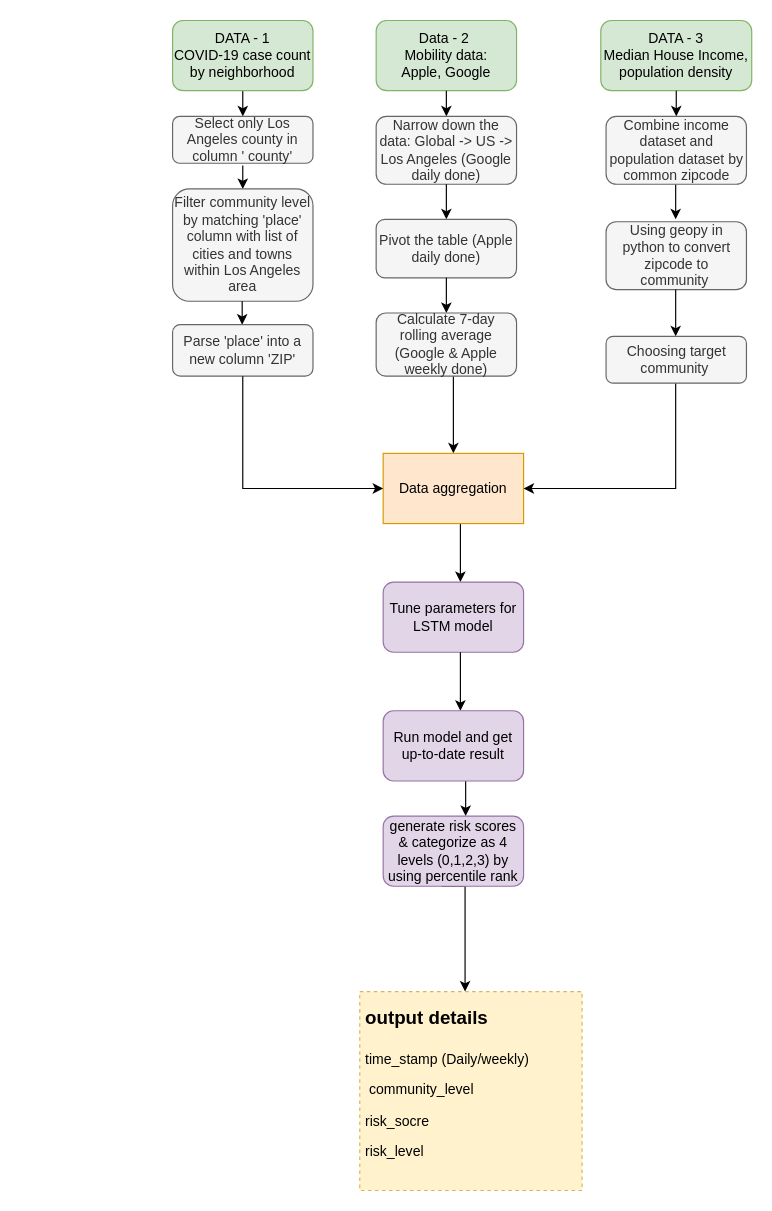
This is RMDS_Workflow.drawio from sli525/rmds-lab-team3-project, a draw.io file, before an edit. Source tidied: cells renumbered, new cells numbered last; positions are measured from the earlier drawing's top-left corner, leaving out a move shared by most shapes. Both pictures are drawn from the tidied source at 117%, with x=0, y=0 at pixel (172, 20).
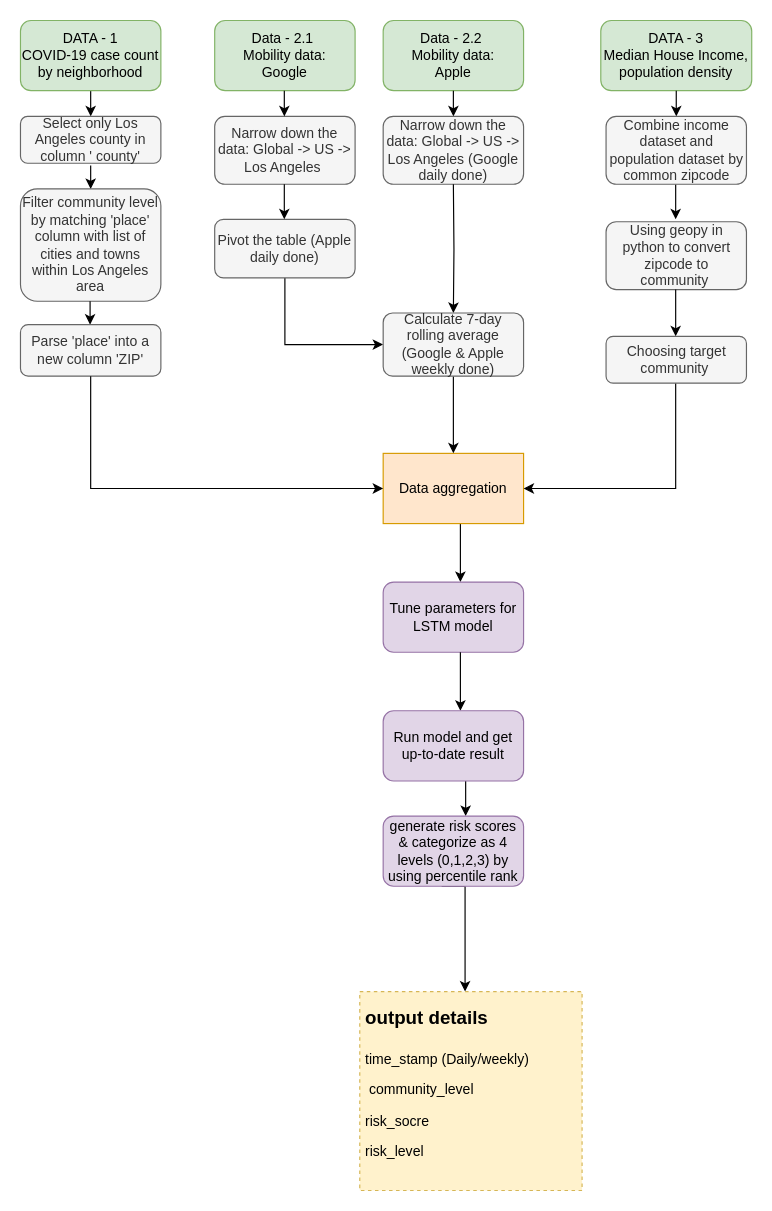
After the change.

Unchanged cells that the change refers to:
```xml
<mxCell id="8" value="Data aggregation" style="rounded=0;whiteSpace=wrap;html=1;fillColor=#ffe6cc;strokeColor=#d79b00;" parent="1" vertex="1">
  <mxGeometry x="180" y="370" width="120" height="60" as="geometry" />
</mxCell>
```

What changed in the source:
```diff
@@
-    <mxCell id="2" value="Data - 2&amp;nbsp;&lt;br&gt;Mobility data: &lt;br&gt;Apple, Google" style="rounded=1;whiteSpace=wrap;html=1;fillColor=#d5e8d4;strokeColor=#82b366;" parent="1" vertex="1">
-      <mxGeometry x="174" width="120" height="60" as="geometry" />
+    <mxCell id="2" value="Data - 2.2&amp;nbsp;&lt;br&gt;Mobility data: &lt;br&gt;Apple" style="rounded=1;whiteSpace=wrap;html=1;fillColor=#d5e8d4;strokeColor=#82b366;" parent="1" vertex="1">
+      <mxGeometry x="180" width="120" height="60" as="geometry" />
     </mxCell>
     <mxCell id="3" style="edgeStyle=orthogonalEdgeStyle;rounded=0;orthogonalLoop=1;jettySize=auto;html=1;" parent="1" edge="1">
       <mxGeometry relative="1" as="geometry">
-        <mxPoint x="60" y="42" as="sourcePoint" />
-        <mxPoint x="60" y="82" as="targetPoint" />
+        <mxPoint x="-70" y="42" as="sourcePoint" />
+        <mxPoint x="-70" y="82" as="targetPoint" />
         <Array as="points">
-          <mxPoint x="60" y="82" />
-          <mxPoint x="60" y="82" />
+          <mxPoint x="-70" y="82" />
+          <mxPoint x="-70" y="82" />
         </Array>
       </mxGeometry>
     </mxCell>
     <mxCell id="4" value="DATA - 1&lt;br&gt;COVID-19 case count by neighborhood" style="rounded=1;whiteSpace=wrap;html=1;fillColor=#d5e8d4;strokeColor=#82b366;" parent="1" vertex="1">
-      <mxGeometry width="120" height="60" as="geometry" />
+      <mxGeometry x="-130" width="120" height="60" as="geometry" />
     </mxCell>
@@
-    <mxCell id="6" style="edgeStyle=orthogonalEdgeStyle;rounded=0;jettySize=auto;html=1;" parent="1" edge="1" target="8">
-      <mxGeometry relative="1" as="geometry">
-        <mxPoint x="241" y="280" as="sourcePoint" />
-        <Array as="points">
-          <mxPoint x="240" y="280" />
-        </Array>
-      </mxGeometry>
-    </mxCell>
@@
     <mxCell id="11" value="Select only Los Angeles county in column ' county'" style="rounded=1;whiteSpace=wrap;html=1;align=center;fillColor=#f5f5f5;strokeColor=#666666;fontColor=#333333;" parent="1" vertex="1">
-      <mxGeometry y="82" width="120" height="40" as="geometry" />
+      <mxGeometry x="-130" y="82" width="120" height="40" as="geometry" />
     </mxCell>
     <mxCell id="12" style="edgeStyle=orthogonalEdgeStyle;rounded=0;orthogonalLoop=1;jettySize=auto;html=1;" parent="1" edge="1">
       <mxGeometry relative="1" as="geometry">
-        <mxPoint x="60" y="124" as="sourcePoint" />
-        <mxPoint x="60" y="144" as="targetPoint" />
+        <mxPoint x="-70" y="124" as="sourcePoint" />
+        <mxPoint x="-70" y="144" as="targetPoint" />
         <Array as="points">
-          <mxPoint x="60" y="144" />
-          <mxPoint x="60" y="144" />
+          <mxPoint x="-70" y="144" />
+          <mxPoint x="-70" y="144" />
         </Array>
       </mxGeometry>
     </mxCell>
     <mxCell id="13" value="Filter community level by matching 'place' column with list of cities and towns within Los Angeles area" style="rounded=1;whiteSpace=wrap;html=1;align=center;fillColor=#f5f5f5;strokeColor=#666666;fontColor=#333333;" parent="1" vertex="1">
-      <mxGeometry y="144" width="120" height="96" as="geometry" />
+      <mxGeometry x="-130" y="144" width="120" height="96" as="geometry" />
     </mxCell>
     <mxCell id="14" style="edgeStyle=orthogonalEdgeStyle;rounded=0;orthogonalLoop=1;jettySize=auto;html=1;" parent="1" edge="1">
       <mxGeometry relative="1" as="geometry">
-        <mxPoint x="59.5" y="240" as="sourcePoint" />
-        <mxPoint x="59.5" y="260" as="targetPoint" />
+        <mxPoint x="-70.5" y="240" as="sourcePoint" />
+        <mxPoint x="-70.5" y="260" as="targetPoint" />
         <Array as="points">
-          <mxPoint x="59.5" y="260" />
-          <mxPoint x="59.5" y="260" />
+          <mxPoint x="-70.5" y="260" />
+          <mxPoint x="-70.5" y="260" />
         </Array>
       </mxGeometry>
     </mxCell>
     <mxCell id="15" value="Parse 'place' into a new column 'ZIP'" style="rounded=1;whiteSpace=wrap;html=1;align=center;fillColor=#f5f5f5;strokeColor=#666666;fontColor=#333333;" parent="1" vertex="1">
-      <mxGeometry y="260" width="120" height="44" as="geometry" />
+      <mxGeometry x="-130" y="260" width="120" height="44" as="geometry" />
     </mxCell>
     <mxCell id="16" style="edgeStyle=orthogonalEdgeStyle;rounded=0;orthogonalLoop=1;jettySize=auto;html=1;" parent="1" edge="1">
       <mxGeometry relative="1" as="geometry">
-        <mxPoint x="234" y="60" as="sourcePoint" />
-        <mxPoint x="234" y="82" as="targetPoint" />
+        <mxPoint x="240" y="60" as="sourcePoint" />
+        <mxPoint x="240" y="82" as="targetPoint" />
         <Array as="points">
-          <mxPoint x="234" y="82" />
-          <mxPoint x="234" y="82" />
+          <mxPoint x="240" y="82" />
+          <mxPoint x="240" y="82" />
         </Array>
       </mxGeometry>
     </mxCell>
     <mxCell id="17" value="Narrow down the data: Global -&amp;gt; US -&amp;gt; Los Angeles (Google daily done)" style="rounded=1;whiteSpace=wrap;html=1;align=center;fillColor=#f5f5f5;strokeColor=#666666;fontColor=#333333;" parent="1" vertex="1">
-      <mxGeometry x="174" y="82" width="120" height="58" as="geometry" />
+      <mxGeometry x="180" y="82" width="120" height="58" as="geometry" />
     </mxCell>
-    <mxCell id="18" style="edgeStyle=orthogonalEdgeStyle;rounded=0;orthogonalLoop=1;jettySize=auto;html=1;" parent="1" edge="1">
+    <mxCell id="18" style="edgeStyle=orthogonalEdgeStyle;rounded=0;jettySize=auto;html=1;entryX=0.5;entryY=0;entryDx=0;entryDy=0;" parent="1" edge="1" target="21">
       <mxGeometry relative="1" as="geometry">
-        <mxPoint x="234" y="140" as="sourcePoint" />
-        <mxPoint x="234" y="170" as="targetPoint" />
-        <Array as="points">
-          <mxPoint x="234" y="170" />
-          <mxPoint x="234" y="170" />
-        </Array>
+        <mxPoint x="240" y="140" as="sourcePoint" />
       </mxGeometry>
     </mxCell>
+    <mxCell id="35" style="edgeStyle=orthogonalEdgeStyle;rounded=0;jettySize=auto;html=1;exitX=0.5;exitY=1;exitDx=0;exitDy=0;entryX=0;entryY=0.5;entryDx=0;entryDy=0;" parent="1" edge="1" source="19" target="21">
+      <mxGeometry relative="1" as="geometry" />
+    </mxCell>
     <mxCell id="19" value="Pivot the table (Apple daily done)" style="rounded=1;whiteSpace=wrap;html=1;align=center;fillColor=#f5f5f5;strokeColor=#666666;fontColor=#333333;" parent="1" vertex="1">
-      <mxGeometry x="174" y="170" width="120" height="50" as="geometry" />
+      <mxGeometry x="36" y="170" width="120" height="50" as="geometry" />
     </mxCell>
-    <mxCell id="20" style="edgeStyle=orthogonalEdgeStyle;rounded=0;jettySize=auto;html=1;entryX=0.5;entryY=0;entryDx=0;entryDy=0;" parent="1" edge="1" target="21">
-      <mxGeometry relative="1" as="geometry">
-        <mxPoint x="234" y="220" as="sourcePoint" />
-      </mxGeometry>
-    </mxCell>
+    <mxCell id="36" style="edgeStyle=orthogonalEdgeStyle;rounded=0;jettySize=auto;html=1;exitX=0.5;exitY=1;exitDx=0;exitDy=0;entryX=0.5;entryY=0;entryDx=0;entryDy=0;" parent="1" edge="1" source="21" target="8">
+      <mxGeometry relative="1" as="geometry" />
+    </mxCell>
     <mxCell id="21" value="Calculate 7-day rolling average (Google &amp;amp; Apple weekly done)" style="rounded=1;whiteSpace=wrap;html=1;align=center;fillColor=#f5f5f5;strokeColor=#666666;fontColor=#333333;" parent="1" vertex="1">
-      <mxGeometry x="174" y="250" width="120" height="54" as="geometry" />
+      <mxGeometry x="180" y="250" width="120" height="54" as="geometry" />
     </mxCell>
@@
+    <mxCell id="37" value="Data - 2.1&amp;nbsp;&lt;br&gt;Mobility data: &lt;br&gt;Google" style="rounded=1;whiteSpace=wrap;html=1;fillColor=#d5e8d4;strokeColor=#82b366;" parent="1" vertex="1">
+      <mxGeometry x="36" width="120" height="60" as="geometry" />
+    </mxCell>
+    <mxCell id="38" value="Narrow down the data: Global -&amp;gt; US -&amp;gt; Los Angeles&amp;nbsp;" style="rounded=1;whiteSpace=wrap;html=1;align=center;fillColor=#f5f5f5;strokeColor=#666666;fontColor=#333333;" parent="1" vertex="1">
+      <mxGeometry x="36" y="82" width="120" height="58" as="geometry" />
+    </mxCell>
+    <mxCell id="39" style="edgeStyle=orthogonalEdgeStyle;rounded=0;orthogonalLoop=1;jettySize=auto;html=1;" parent="1" edge="1">
+      <mxGeometry relative="1" as="geometry">
+        <mxPoint x="95.5" y="60" as="sourcePoint" />
+        <mxPoint x="95.5" y="82" as="targetPoint" />
+        <Array as="points">
+          <mxPoint x="95.5" y="82" />
+          <mxPoint x="95.5" y="82" />
+        </Array>
+      </mxGeometry>
+    </mxCell>
+    <mxCell id="40" style="edgeStyle=orthogonalEdgeStyle;rounded=0;orthogonalLoop=1;jettySize=auto;html=1;" parent="1" edge="1">
+      <mxGeometry relative="1" as="geometry">
+        <mxPoint x="95.5" y="140" as="sourcePoint" />
+        <mxPoint x="95.5" y="170" as="targetPoint" />
+        <Array as="points">
+          <mxPoint x="95.5" y="170" />
+          <mxPoint x="95.5" y="170" />
+        </Array>
+      </mxGeometry>
+    </mxCell>
```
